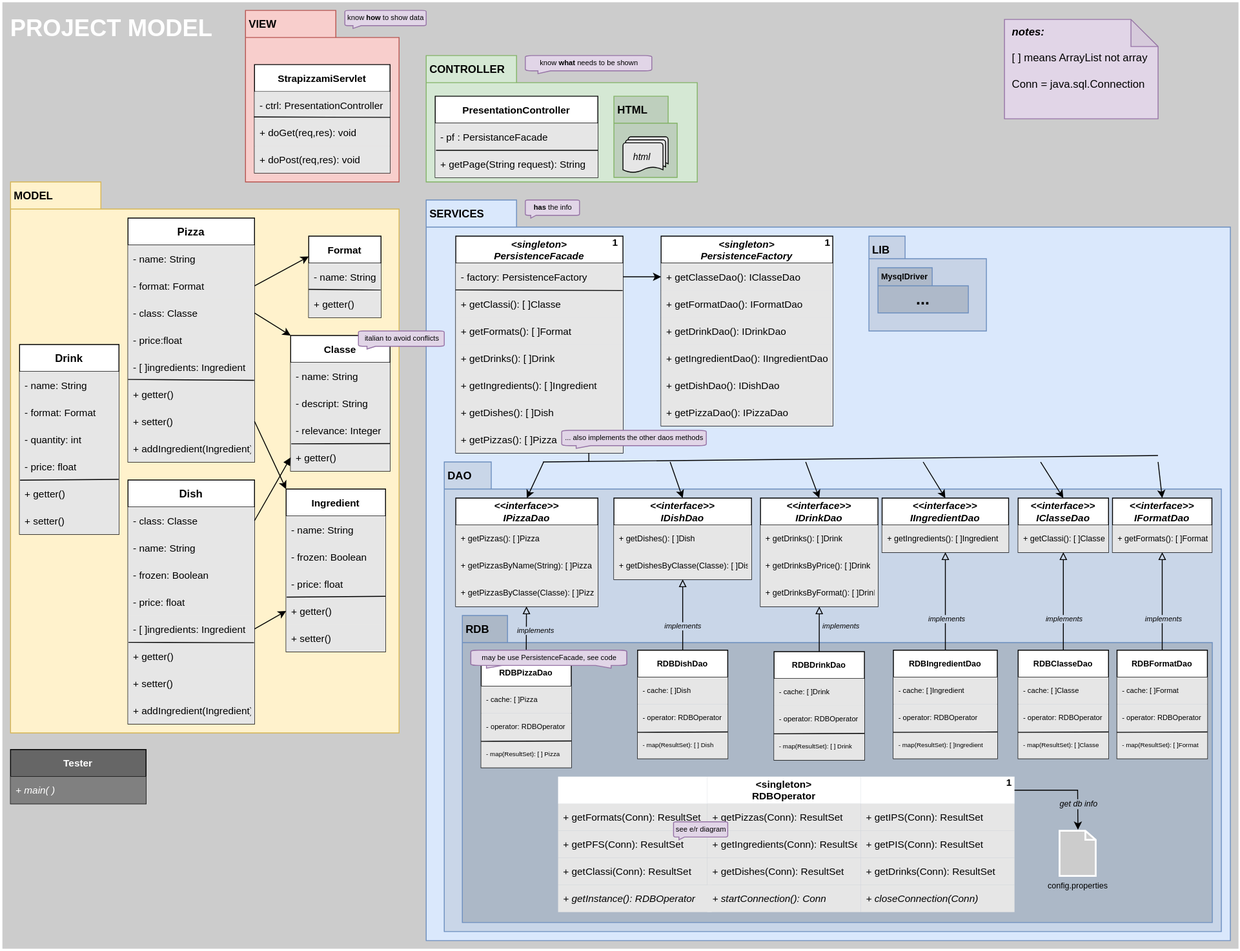
omismone/strapizzami keeps this draw.io diagram as doc/assets/projectModelCiclo1.drawio.svg. Above is the earlier version. Source tidied: cells renumbered, new cells last; positions are measured from the earlier drawing's top-left corner, leaving out a move shared by most shapes.
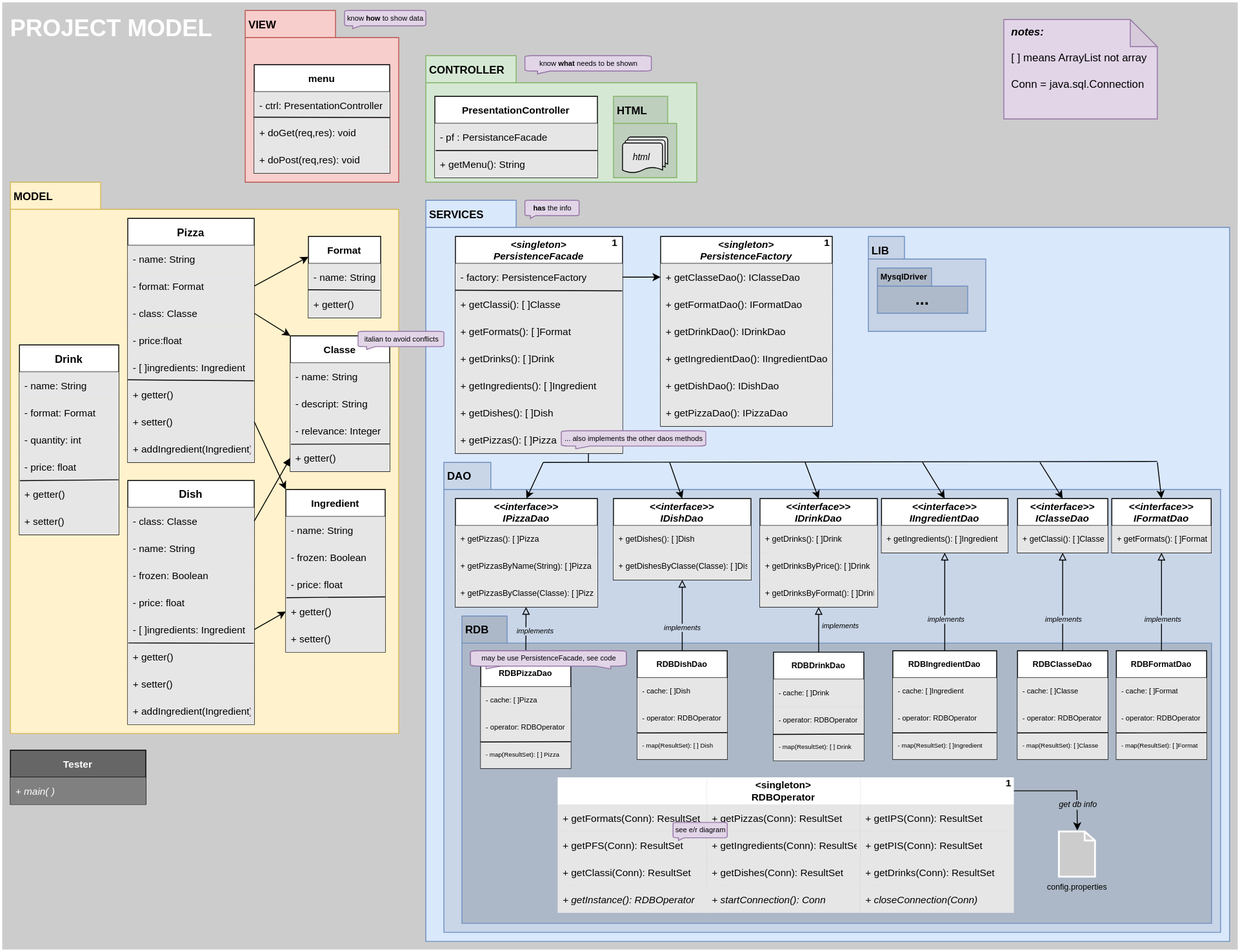
After the commit.

Diff of the diagram source:
```diff
@@ -374,7 +374,7 @@
     <mxCell id="123" value="VIEW" style="shape=folder;fontStyle=1;spacingTop=2;tabWidth=100;tabHeight=30;tabPosition=left;html=1;verticalAlign=top;align=left;horizontal=1;labelPosition=center;verticalLabelPosition=middle;fontSize=12;spacingLeft=2;fillColor=#f8cecc;strokeColor=#b85450;" parent="1" vertex="1">
       <mxGeometry x="270" y="10" width="170" height="190" as="geometry" />
     </mxCell>
-    <mxCell id="124" value="StrapizzamiServlet" style="swimlane;fontStyle=1;horizontal=1;startSize=30;fontSize=11;" parent="1" vertex="1">
+    <mxCell id="124" value="menu" style="swimlane;fontStyle=1;horizontal=1;startSize=30;fontSize=11;" parent="1" vertex="1">
       <mxGeometry x="280" y="70" width="150" height="120" as="geometry" />
     </mxCell>
     <mxCell id="125" value="- ctrl: PresentationController" style="text;strokeColor=none;fillColor=#E6E6E6;align=left;verticalAlign=middle;spacingLeft=4;spacingRight=4;overflow=hidden;points=[[0,0.5],[1,0.5]];portConstraint=eastwest;fontSize=11;" parent="124" vertex="1">
@@ -410,7 +410,7 @@
     <mxCell id="135" value="- pf : PersistanceFacade" style="text;strokeColor=none;fillColor=#E6E6E6;align=left;verticalAlign=middle;spacingLeft=4;spacingRight=4;overflow=hidden;fontSize=11;" parent="134" vertex="1">
       <mxGeometry y="30" width="180" height="30" as="geometry" />
     </mxCell>
-    <mxCell id="136" value="+ getPage(String request): String" style="text;strokeColor=none;fillColor=#E6E6E6;align=left;verticalAlign=middle;spacingLeft=4;spacingRight=4;overflow=hidden;points=[[0,0.5],[1,0.5]];portConstraint=eastwest;fontSize=11;" parent="134" vertex="1">
+    <mxCell id="136" value="+ getMenu(): String" style="text;strokeColor=none;fillColor=#E6E6E6;align=left;verticalAlign=middle;spacingLeft=4;spacingRight=4;overflow=hidden;points=[[0,0.5],[1,0.5]];portConstraint=eastwest;fontSize=11;" parent="134" vertex="1">
       <mxGeometry y="60" width="180" height="30" as="geometry" />
     </mxCell>
     <mxCell id="137" style="endArrow=none;html=1;rounded=0;fontSize=6;entryX=0.005;entryY=-0.001;entryDx=0;entryDy=0;entryPerimeter=0;exitX=1;exitY=-0.001;exitDx=0;exitDy=0;exitPerimeter=0;" parent="134" edge="1" source="136" target="136">
@@ -485,9 +485,10 @@
     <mxCell id="158" value="+ getPizzaDao(): IPizzaDao" style="text;strokeColor=none;fillColor=#E6E6E6;align=left;verticalAlign=middle;spacingLeft=4;spacingRight=4;overflow=hidden;fontSize=11;" parent="152" vertex="1">
       <mxGeometry y="180" width="190" height="30" as="geometry" />
     </mxCell>
-    <mxCell id="159" style="endArrow=none;html=1;rounded=0;exitX=0.5;exitY=1;exitDx=0;exitDy=0;entryX=0.91;entryY=0.345;entryDx=0;entryDy=0;entryPerimeter=0;" parent="1" edge="1" target="42">
+    <mxCell id="159" style="endArrow=none;html=1;rounded=0;entryX=0.91;entryY=0.345;entryDx=0;entryDy=0;entryPerimeter=0;" parent="1" edge="1">
       <mxGeometry relative="1" as="geometry">
-        <mxPoint x="599.3" y="510" as="sourcePoint" />
+        <mxPoint x="600" y="510" as="sourcePoint" />
+        <mxPoint x="1279.9" y="508.9" as="targetPoint" />
       </mxGeometry>
     </mxCell>
     <mxCell id="160" style="endArrow=classic;html=1;rounded=0;entryX=0.5;entryY=0;entryDx=0;entryDy=0;" parent="1" edge="1" target="53">
```
